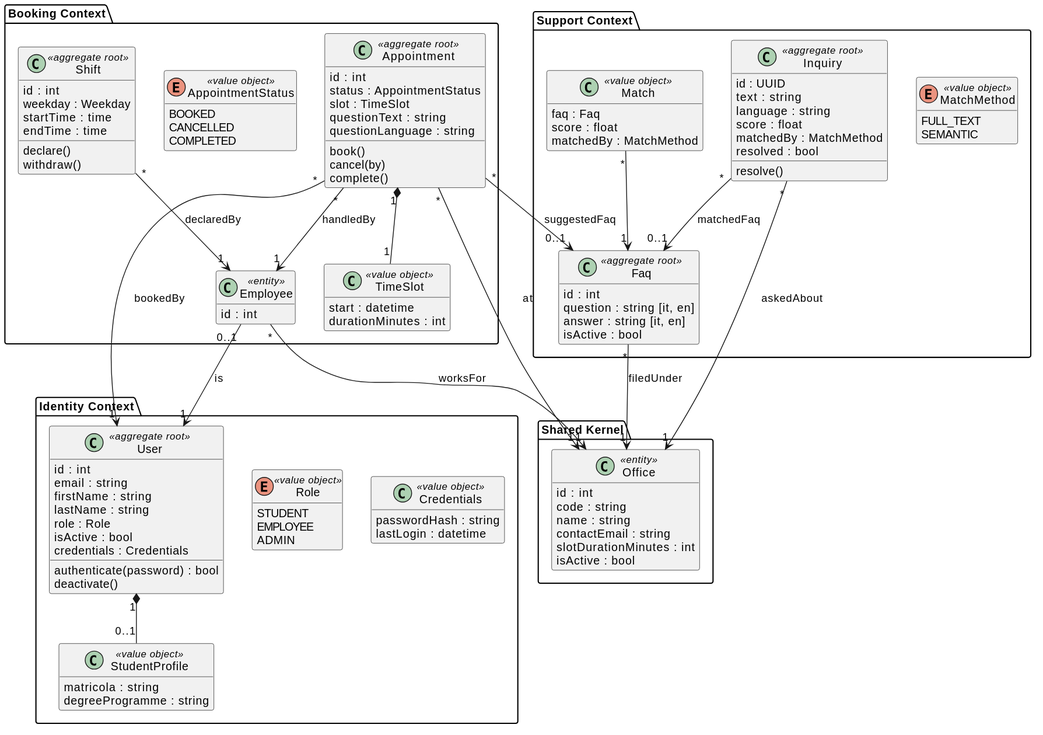
This is sections/03-design/assets/class-diagram.svg from unibo-dtm-se-2526-PRONTO/report, a PlantUML export, as it was before one commit.
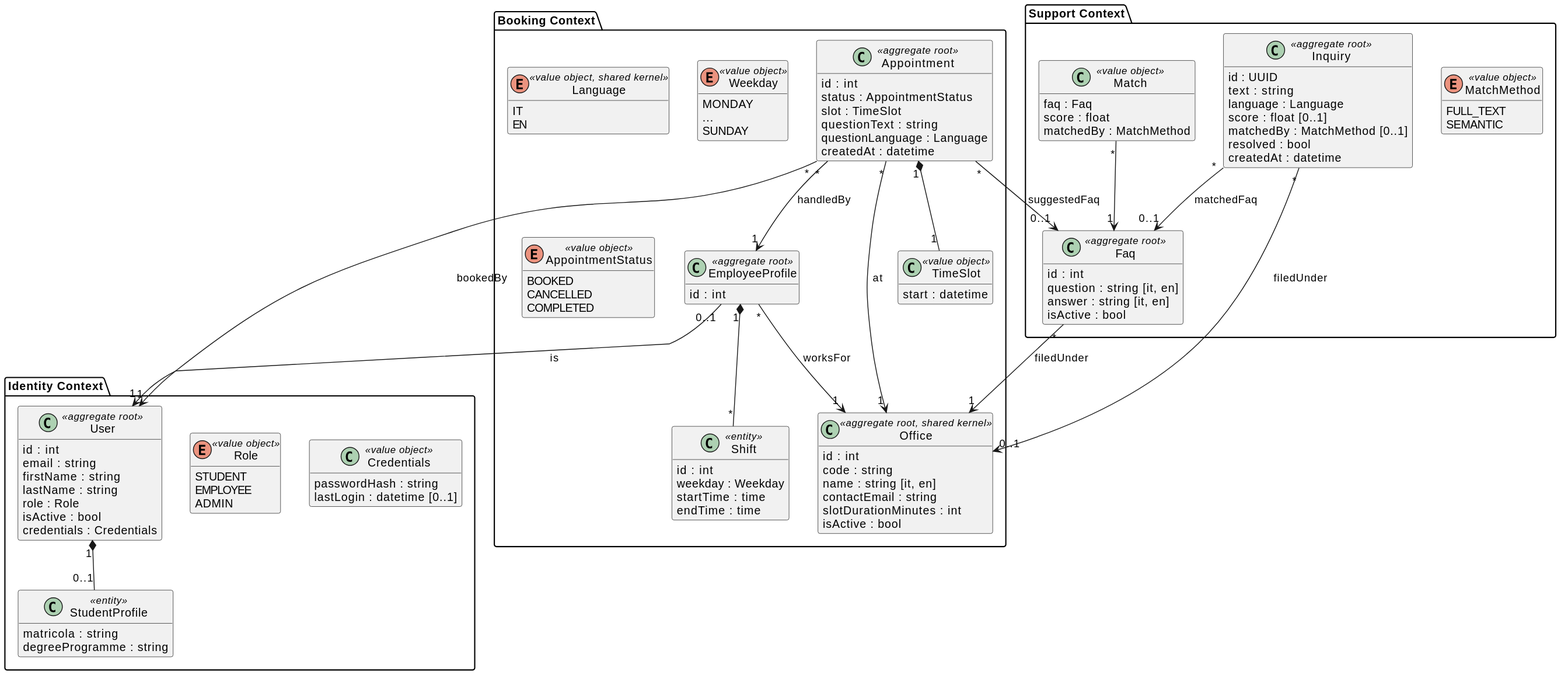
The same diagram one commit later.

What changed in the source:
```diff
@@ -1,5 +1,6 @@
 @startuml
 skinparam classAttributeIconSize 0
+skinparam shadowing false
 hide empty members
 
 package "Identity Context" {
@@ -11,72 +12,64 @@
     role : Role
     isActive : bool
     credentials : Credentials
-    authenticate(password) : bool
-    deactivate()
   }
-
   enum Role <<value object>> {
     STUDENT
     EMPLOYEE
     ADMIN
   }
-
   class Credentials <<value object>> {
     passwordHash : string
-    lastLogin : datetime
+    lastLogin : datetime [0..1]
   }
-
-  class StudentProfile <<value object>> {
+  class StudentProfile <<entity>> {
     matricola : string
     degreeProgramme : string
   }
 }
 
-package "Shared Kernel" {
-  class Office <<entity>> {
+package "Booking Context" {
+  class Office <<aggregate root, shared kernel>> {
     id : int
     code : string
-    name : string
+    name : string [it, en]
     contactEmail : string
     slotDurationMinutes : int
     isActive : bool
   }
-}
-
-package "Booking Context" {
+  enum Language <<value object, shared kernel>> {
+    IT
+    EN
+  }
+  class EmployeeProfile <<aggregate root>> {
+    id : int
+  }
+  class Shift <<entity>> {
+    id : int
+    weekday : Weekday
+    startTime : time
+    endTime : time
+  }
+  enum Weekday <<value object>> {
+    MONDAY
+    ...
+    SUNDAY
+  }
   class Appointment <<aggregate root>> {
     id : int
     status : AppointmentStatus
     slot : TimeSlot
     questionText : string
-    questionLanguage : string
-    book()
-    cancel(by)
-    complete()
+    questionLanguage : Language
+    createdAt : datetime
   }
-
   class TimeSlot <<value object>> {
     start : datetime
-    durationMinutes : int
   }
-
   enum AppointmentStatus <<value object>> {
     BOOKED
     CANCELLED
     COMPLETED
-  }
-
-  class Employee <<entity>> {
-    id : int
-  }
-
-  class Shift <<aggregate root>> {
-    id : int
-    weekday : Weekday
-    startTime : time
-    endTime : time
-    declare()
-    withdraw()
   }
 }
 
@@ -87,23 +80,20 @@
     answer : string [it, en]
     isActive : bool
   }
-
   class Inquiry <<aggregate root>> {
     id : UUID
     text : string
-    language : string
-    score : float
-    matchedBy : MatchMethod
+    language : Language
+    score : float [0..1]
+    matchedBy : MatchMethod [0..1]
     resolved : bool
-    resolve()
+    createdAt : datetime
   }
-
   class Match <<value object>> {
     faq : Faq
     score : float
     matchedBy : MatchMethod
   }
-
   enum MatchMethod <<value object>> {
     FULL_TEXT
     SEMANTIC
@@ -111,16 +101,16 @@
 }
 
 User "1" *-- "0..1" StudentProfile
+EmployeeProfile "0..1" --> "1" User : is
+EmployeeProfile "*" --> "1" Office : worksFor
+EmployeeProfile "1" *-- "*" Shift
 Appointment "1" *-- "1" TimeSlot
 Appointment "*" --> "1" Office : at
 Appointment "*" --> "1" User : bookedBy
-Appointment "*" --> "1" Employee : handledBy
+Appointment "*" --> "1" EmployeeProfile : handledBy
 Appointment "*" --> "0..1" Faq : suggestedFaq
-Employee "0..1" --> "1" User : is
-Employee "*" --> "1" Office : worksFor
-Shift "*" --> "1" Employee : declaredBy
 Faq "*" --> "1" Office : filedUnder
-Inquiry "*" --> "1" Office : askedAbout
+Inquiry "*" --> "0..1" Office : filedUnder
 Inquiry "*" --> "0..1" Faq : matchedFaq
 Match "*" --> "1" Faq
 @enduml
```
